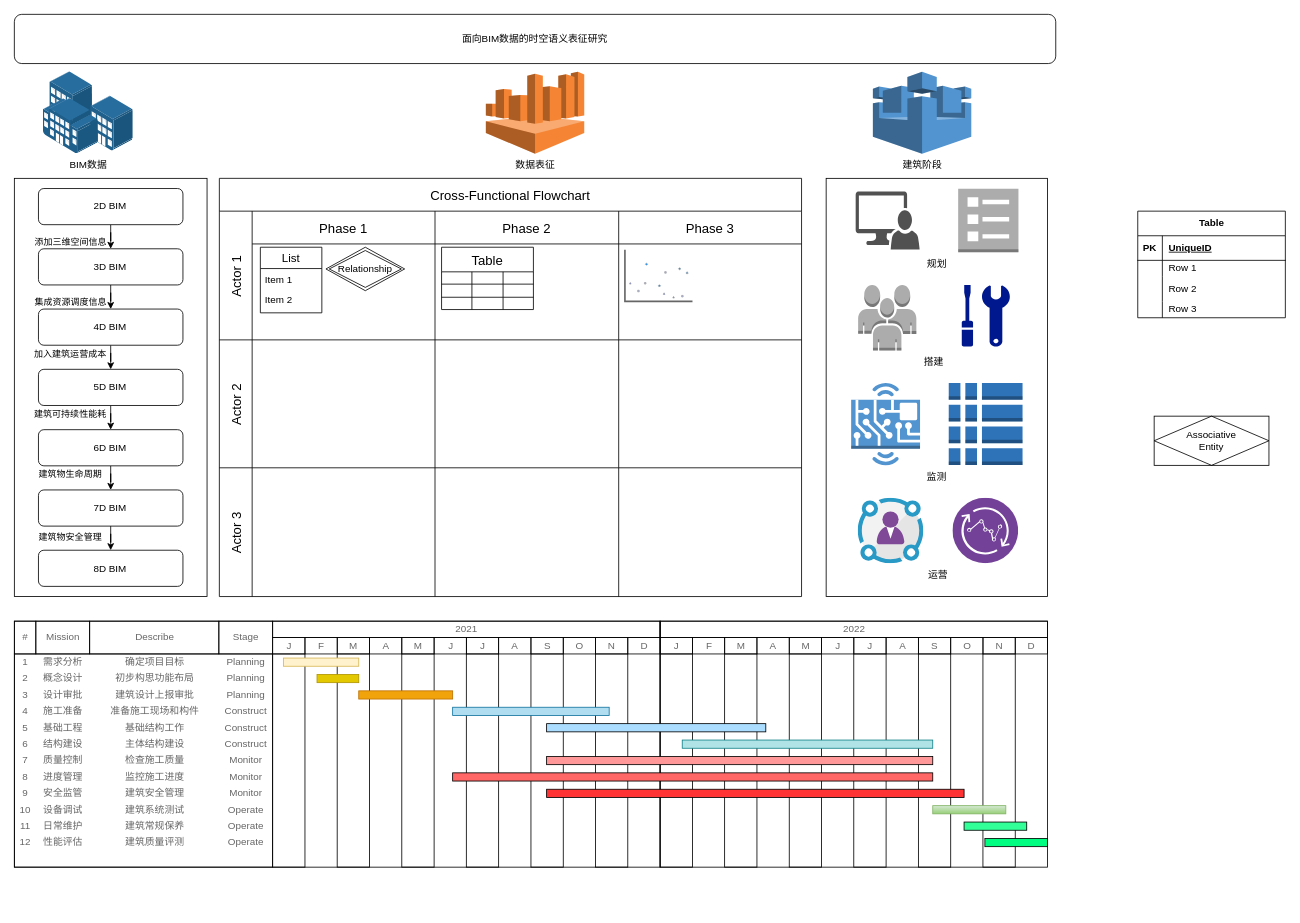
Earlier version of the draw.io diagram 未命名绘图.drawio (Student-WangZhengTao/LLM). Source tidied: cells renumbered, new cells numbered last; positions are measured from the earlier drawing's top-left corner, leaving out a move shared by most shapes. Both pictures are drawn from the tidied source at 82%, with x=0, y=0 at pixel (14, 14).
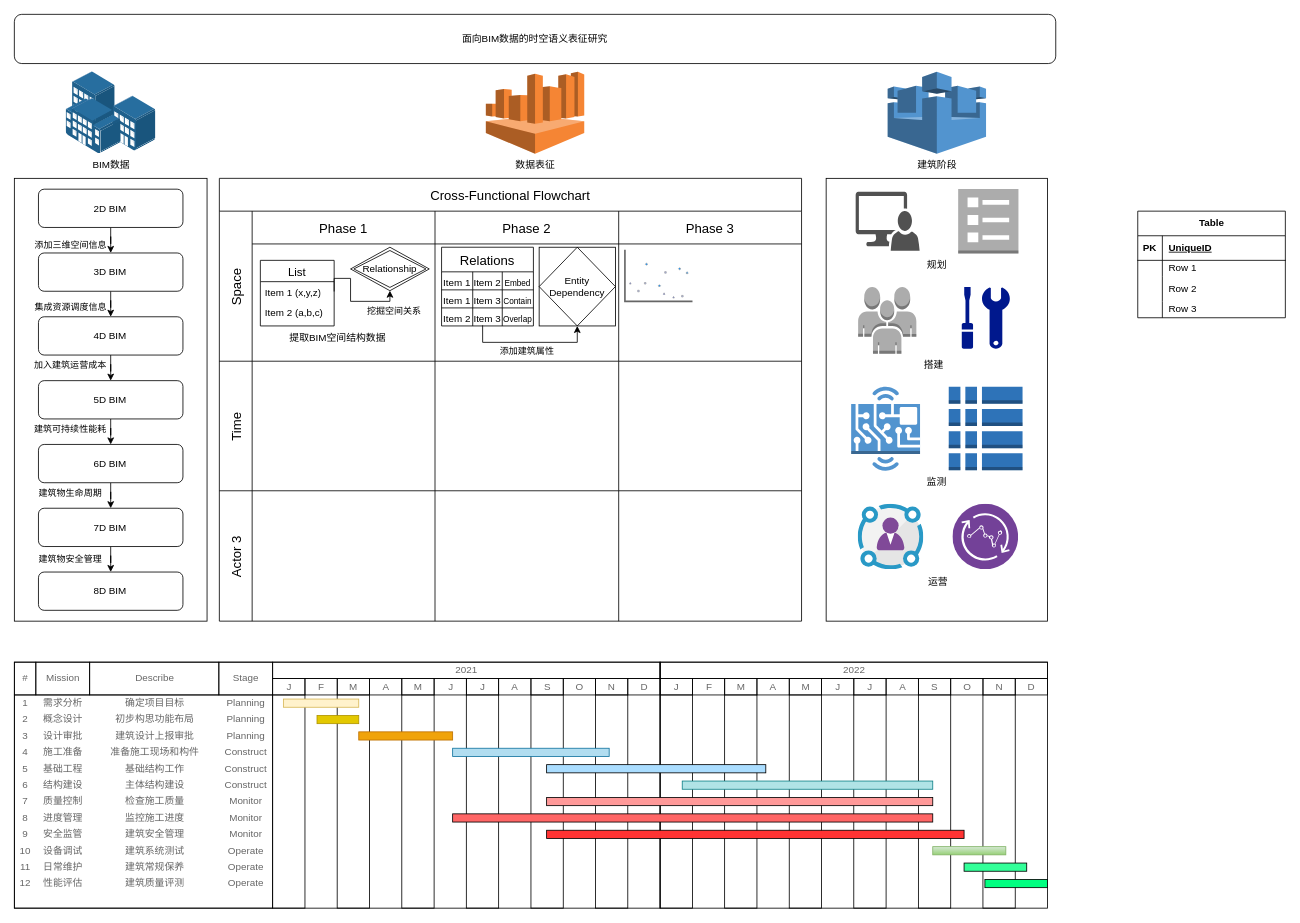
The same page after the edit.

Diff of the diagram source:
```diff
@@
-    <mxCell id="3" style="rounded=0;whiteSpace=wrap;html=1;" parent="1" vertex="1">
-      <mxGeometry x="990" y="200" width="270" height="510" as="geometry" />
-    </mxCell>
-    <mxCell id="4" value="Associative&#10;Entity" style="shape=associativeEntity;whiteSpace=wrap;html=1;align=center;" parent="1" vertex="1">
-      <mxGeometry x="1390" y="490" width="140" height="60" as="geometry" />
-    </mxCell>
@@
     <mxCell id="18" value="BIM数据" style="image;html=1;align=center;shadow=0;dashed=0;image=img/lib/allied_telesis/buildings/Building_Cluster.svg;" parent="1" vertex="1">
-      <mxGeometry x="30" y="70" width="120" height="100" as="geometry" />
+      <mxGeometry x="57.5" y="70" width="120" height="100" as="geometry" />
     </mxCell>
@@
     <mxCell id="20" value="建筑阶段" style="dashed=0;verticalLabelPosition=bottom;verticalAlign=top;align=center;html=1;shape=mxgraph.aws3.aws_iot;fillColor=#5294CF;gradientColor=none;" parent="1" vertex="1">
-      <mxGeometry x="1047" y="70" width="120" height="100" as="geometry" />
+      <mxGeometry x="1065" y="70" width="120" height="100" as="geometry" />
     </mxCell>
     <mxCell id="21" value="Cross-Functional Flowchart" style="shape=table;childLayout=tableLayout;startSize=40;fontSize=16;" parent="1" vertex="1">
-      <mxGeometry x="250" y="200" width="710" height="510" as="geometry" />
+      <mxGeometry x="250" y="200" width="710" height="540" as="geometry" />
     </mxCell>
-    <mxCell id="22" value="Actor 1" style="shape=tableRow;horizontal=0;swimlaneHead=0;swimlaneBody=0;top=0;left=0;strokeColor=inherit;bottom=0;right=0;fontStyle=0;fillColor=none;startSize=40;fontSize=16;" parent="21" vertex="1">
-      <mxGeometry y="40" width="710" height="157" as="geometry" />
+    <mxCell id="22" value="Space" style="shape=tableRow;horizontal=0;swimlaneHead=0;swimlaneBody=0;top=0;left=0;strokeColor=inherit;bottom=0;right=0;fontStyle=0;fillColor=none;startSize=40;fontSize=16;" parent="21" vertex="1">
+      <mxGeometry y="40" width="710" height="183" as="geometry" />
     </mxCell>
     <mxCell id="23" value="Phase 1" style="swimlane;swimlaneHead=0;swimlaneBody=0;fontStyle=0;strokeColor=inherit;fillColor=none;startSize=40;fontSize=16;" parent="22" vertex="1">
-      <mxGeometry x="40" width="223" height="157" as="geometry" />
+      <mxGeometry x="40" width="223" height="183" as="geometry" />
     </mxCell>
     <mxCell id="24" value="List" style="swimlane;fontStyle=0;horizontal=1;startSize=26;align=center;fontSize=14;" parent="23" vertex="1">
-      <mxGeometry x="10" y="44" width="75" height="80" as="geometry" />
+      <mxGeometry x="10" y="60" width="90" height="80" as="geometry" />
     </mxCell>
-    <mxCell id="25" value="Item 1" style="text;strokeColor=none;fillColor=none;spacingLeft=4;spacingRight=4;overflow=hidden;points=[[0,0.5],[1,0.5]];portConstraint=eastwest;fontSize=12;whiteSpace=wrap;html=1;" parent="24" vertex="1">
-      <mxGeometry y="26" width="75" height="24" as="geometry" />
+    <mxCell id="25" value="Item 1 (x,y,z)" style="text;strokeColor=none;fillColor=none;spacingLeft=4;spacingRight=4;overflow=hidden;points=[[0,0.5],[1,0.5]];portConstraint=eastwest;fontSize=12;whiteSpace=wrap;html=1;" parent="24" vertex="1">
+      <mxGeometry y="26" width="90" height="24" as="geometry" />
     </mxCell>
-    <mxCell id="26" value="Item 2" style="text;strokeColor=none;fillColor=none;spacingLeft=4;spacingRight=4;overflow=hidden;fontSize=12;whiteSpace=wrap;html=1;" parent="24" vertex="1">
-      <mxGeometry y="50" width="75" height="30" as="geometry" />
+    <mxCell id="26" value="Item 2 (a,b,c)" style="text;strokeColor=none;fillColor=none;spacingLeft=4;spacingRight=4;overflow=hidden;fontSize=12;whiteSpace=wrap;html=1;" parent="24" vertex="1">
+      <mxGeometry y="50" width="90" height="30" as="geometry" />
     </mxCell>
     <mxCell id="27" value="Relationship" style="shape=rhombus;double=1;perimeter=rhombusPerimeter;whiteSpace=wrap;html=1;align=center;" parent="23" vertex="1">
-      <mxGeometry x="90" y="44" width="96" height="53" as="geometry" />
+      <mxGeometry x="120" y="44" width="96" height="53" as="geometry" />
     </mxCell>
+    <mxCell id="191" style="edgeStyle=orthogonalEdgeStyle;rounded=0;jettySize=auto;html=1;entryX=0.5;entryY=1;entryDx=0;entryDy=0;exitX=1;exitY=0.5;exitDx=0;exitDy=0;" parent="23" edge="1" source="25" target="27">
+      <mxGeometry relative="1" as="geometry">
+        <Array as="points">
+          <mxPoint x="100" y="82" />
+          <mxPoint x="120" y="82" />
+          <mxPoint x="120" y="110" />
+          <mxPoint x="168" y="110" />
+        </Array>
+      </mxGeometry>
+    </mxCell>
+    <mxCell id="192" value="挖掘空间关系" style="edgeLabel;html=1;align=center;verticalAlign=middle;" parent="191" vertex="1">
+      <mxGeometry x="0.22" y="-3" relative="1" as="geometry">
+        <mxPoint x="40" y="8" as="offset" />
+      </mxGeometry>
+    </mxCell>
+    <mxCell id="193" value="提取BIM空间结构数据" style="text;html=1;align=center;verticalAlign=middle;strokeColor=none;fillColor=none;" parent="23" vertex="1">
+      <mxGeometry x="34" y="140" width="140" height="30" as="geometry" />
+    </mxCell>
     <mxCell id="28" value="Phase 2" style="swimlane;swimlaneHead=0;swimlaneBody=0;fontStyle=0;strokeColor=inherit;fillColor=none;startSize=40;fontSize=16;" parent="22" vertex="1">
-      <mxGeometry x="263" width="224" height="157" as="geometry" />
+      <mxGeometry x="263" width="224" height="183" as="geometry" />
     </mxCell>
+    <mxCell id="194" style="edgeStyle=orthogonalEdgeStyle;rounded=0;jettySize=auto;html=1;entryX=0.5;entryY=1;entryDx=0;entryDy=0;exitX=0.447;exitY=0.965;exitDx=0;exitDy=0;exitPerimeter=0;" parent="28" edge="1" source="38" target="4">
+      <mxGeometry relative="1" as="geometry" />
+    </mxCell>
+    <mxCell id="195" value="添加建筑属性" style="edgeLabel;html=1;align=center;verticalAlign=middle;" parent="194" vertex="1">
+      <mxGeometry x="-0.01" y="-1" relative="1" as="geometry">
+        <mxPoint x="-3" y="9" as="offset" />
+      </mxGeometry>
+    </mxCell>
-    <mxCell id="29" value="Table" style="shape=table;startSize=30;childLayout=tableLayout;strokeColor=default;fontSize=16;" parent="28" vertex="1">
-      <mxGeometry x="8" y="44" width="112" height="76" as="geometry" />
+    <mxCell id="29" value="Relations" style="shape=table;startSize=30;childLayout=tableLayout;strokeColor=default;fontSize=16;" parent="28" vertex="1">
+      <mxGeometry x="8" y="44" width="112" height="96" as="geometry" />
     </mxCell>
     <mxCell id="30" style="shape=tableRow;horizontal=0;startSize=0;swimlaneHead=0;swimlaneBody=0;strokeColor=inherit;top=0;left=0;bottom=0;right=0;fillColor=none;fontSize=16;" parent="29" vertex="1">
-      <mxGeometry y="30" width="112" height="15" as="geometry" />
+      <mxGeometry y="30" width="112" height="22" as="geometry" />
     </mxCell>
-    <mxCell id="31" style="shape=partialRectangle;html=1;whiteSpace=wrap;strokeColor=inherit;overflow=hidden;fillColor=none;top=0;left=0;bottom=0;right=0;fontSize=16;" parent="30" vertex="1">
-      <mxGeometry width="37" height="15" as="geometry" />
+    <mxCell id="31" value="&lt;span style=&quot;font-size: 12px; text-align: left;&quot;&gt;Item 1&lt;/span&gt;" style="shape=partialRectangle;html=1;whiteSpace=wrap;strokeColor=inherit;overflow=hidden;fillColor=none;top=0;left=0;bottom=0;right=0;fontSize=16;" parent="30" vertex="1">
+      <mxGeometry width="38" height="22" as="geometry" />
     </mxCell>
-    <mxCell id="32" style="shape=partialRectangle;html=1;whiteSpace=wrap;strokeColor=inherit;overflow=hidden;fillColor=none;top=0;left=0;bottom=0;right=0;fontSize=16;" parent="30" vertex="1">
-      <mxGeometry x="37" width="38" height="15" as="geometry" />
+    <mxCell id="32" value="&lt;span style=&quot;font-size: 12px; text-align: left;&quot;&gt;Item 2&lt;/span&gt;" style="shape=partialRectangle;html=1;whiteSpace=wrap;strokeColor=inherit;overflow=hidden;fillColor=none;top=0;left=0;bottom=0;right=0;fontSize=16;" parent="30" vertex="1">
+      <mxGeometry x="38" width="36" height="22" as="geometry" />
     </mxCell>
-    <mxCell id="33" style="shape=partialRectangle;html=1;whiteSpace=wrap;strokeColor=inherit;overflow=hidden;fillColor=none;top=0;left=0;bottom=0;right=0;fontSize=16;" parent="30" vertex="1">
-      <mxGeometry x="75" width="37" height="15" as="geometry" />
+    <mxCell id="33" value="&lt;font style=&quot;font-size: 10px;&quot;&gt;Embed&lt;/font&gt;" style="shape=partialRectangle;html=1;whiteSpace=wrap;strokeColor=inherit;overflow=hidden;fillColor=none;top=0;left=0;bottom=0;right=0;fontSize=16;" parent="30" vertex="1">
+      <mxGeometry x="74" width="38" height="22" as="geometry" />
     </mxCell>
     <mxCell id="34" style="shape=tableRow;horizontal=0;startSize=0;swimlaneHead=0;swimlaneBody=0;strokeColor=inherit;top=0;left=0;bottom=0;right=0;fillColor=none;fontSize=16;" parent="29" vertex="1">
-      <mxGeometry y="45" width="112" height="16" as="geometry" />
+      <mxGeometry y="52" width="112" height="22" as="geometry" />
     </mxCell>
-    <mxCell id="35" style="shape=partialRectangle;html=1;whiteSpace=wrap;strokeColor=inherit;overflow=hidden;fillColor=none;top=0;left=0;bottom=0;right=0;fontSize=16;" parent="34" vertex="1">
-      <mxGeometry width="37" height="16" as="geometry" />
+    <mxCell id="35" value="&lt;span style=&quot;font-size: 12px; text-align: left;&quot;&gt;Item 1&lt;/span&gt;" style="shape=partialRectangle;html=1;whiteSpace=wrap;strokeColor=inherit;overflow=hidden;fillColor=none;top=0;left=0;bottom=0;right=0;fontSize=16;" parent="34" vertex="1">
+      <mxGeometry width="38" height="22" as="geometry" />
     </mxCell>
-    <mxCell id="36" style="shape=partialRectangle;html=1;whiteSpace=wrap;strokeColor=inherit;overflow=hidden;fillColor=none;top=0;left=0;bottom=0;right=0;fontSize=16;" parent="34" vertex="1">
-      <mxGeometry x="37" width="38" height="16" as="geometry" />
+    <mxCell id="36" value="&lt;span style=&quot;font-size: 12px; text-align: left;&quot;&gt;Item 3&lt;/span&gt;" style="shape=partialRectangle;html=1;whiteSpace=wrap;strokeColor=inherit;overflow=hidden;fillColor=none;top=0;left=0;bottom=0;right=0;fontSize=16;" parent="34" vertex="1">
+      <mxGeometry x="38" width="36" height="22" as="geometry" />
     </mxCell>
-    <mxCell id="37" style="shape=partialRectangle;html=1;whiteSpace=wrap;strokeColor=inherit;overflow=hidden;fillColor=none;top=0;left=0;bottom=0;right=0;fontSize=16;" parent="34" vertex="1">
-      <mxGeometry x="75" width="37" height="16" as="geometry" />
+    <mxCell id="37" value="&lt;font style=&quot;font-size: 10px;&quot;&gt;Contain&lt;/font&gt;" style="shape=partialRectangle;html=1;whiteSpace=wrap;strokeColor=inherit;overflow=hidden;fillColor=none;top=0;left=0;bottom=0;right=0;fontSize=16;" parent="34" vertex="1">
+      <mxGeometry x="74" width="38" height="22" as="geometry" />
     </mxCell>
     <mxCell id="38" style="shape=tableRow;horizontal=0;startSize=0;swimlaneHead=0;swimlaneBody=0;strokeColor=inherit;top=0;left=0;bottom=0;right=0;fillColor=none;points=[[0,0.5],[1,0.5]];portConstraint=eastwest;fontSize=16;" parent="29" vertex="1">
-      <mxGeometry y="61" width="112" height="15" as="geometry" />
+      <mxGeometry y="74" width="112" height="22" as="geometry" />
     </mxCell>
-    <mxCell id="39" style="shape=partialRectangle;html=1;whiteSpace=wrap;strokeColor=inherit;overflow=hidden;fillColor=none;top=0;left=0;bottom=0;right=0;fontSize=16;" parent="38" vertex="1">
-      <mxGeometry width="37" height="15" as="geometry" />
+    <mxCell id="39" value="&lt;span style=&quot;font-size: 12px; text-align: left;&quot;&gt;Item 2&lt;/span&gt;" style="shape=partialRectangle;html=1;whiteSpace=wrap;strokeColor=inherit;overflow=hidden;fillColor=none;top=0;left=0;bottom=0;right=0;fontSize=16;" parent="38" vertex="1">
+      <mxGeometry width="38" height="22" as="geometry" />
     </mxCell>
-    <mxCell id="40" style="shape=partialRectangle;html=1;whiteSpace=wrap;strokeColor=inherit;overflow=hidden;fillColor=none;top=0;left=0;bottom=0;right=0;fontSize=16;" parent="38" vertex="1">
-      <mxGeometry x="37" width="38" height="15" as="geometry" />
+    <mxCell id="40" value="&lt;span style=&quot;font-size: 12px; text-align: left;&quot;&gt;Item 3&lt;/span&gt;" style="shape=partialRectangle;html=1;whiteSpace=wrap;strokeColor=inherit;overflow=hidden;fillColor=none;top=0;left=0;bottom=0;right=0;fontSize=16;" parent="38" vertex="1">
+      <mxGeometry x="38" width="36" height="22" as="geometry" />
     </mxCell>
-    <mxCell id="41" style="shape=partialRectangle;html=1;whiteSpace=wrap;strokeColor=inherit;overflow=hidden;fillColor=none;top=0;left=0;bottom=0;right=0;fontSize=16;" parent="38" vertex="1">
-      <mxGeometry x="75" width="37" height="15" as="geometry" />
+    <mxCell id="41" value="&lt;font style=&quot;font-size: 10px;&quot;&gt;Overlap&lt;/font&gt;" style="shape=partialRectangle;html=1;whiteSpace=wrap;strokeColor=inherit;overflow=hidden;fillColor=none;top=0;left=0;bottom=0;right=0;fontSize=16;" parent="38" vertex="1">
+      <mxGeometry x="74" width="38" height="22" as="geometry" />
     </mxCell>
+    <mxCell id="4" value="Entity Dependency" style="shape=associativeEntity;whiteSpace=wrap;html=1;align=center;" parent="28" vertex="1">
+      <mxGeometry x="127" y="44" width="93" height="96" as="geometry" />
+    </mxCell>
     <mxCell id="42" value="Phase 3" style="swimlane;swimlaneHead=0;swimlaneBody=0;fontStyle=0;strokeColor=inherit;fillColor=none;startSize=40;fontSize=16;" parent="22" vertex="1">
-      <mxGeometry x="487" width="223" height="157" as="geometry" />
+      <mxGeometry x="487" width="223" height="183" as="geometry" />
     </mxCell>
@@
-    <mxCell id="44" value="Actor 2" style="shape=tableRow;horizontal=0;swimlaneHead=0;swimlaneBody=0;top=0;left=0;strokeColor=inherit;bottom=0;right=0;fontStyle=0;fillColor=none;startSize=40;fontSize=16;" parent="21" vertex="1">
-      <mxGeometry y="197" width="710" height="156" as="geometry" />
+    <mxCell id="44" value="Time" style="shape=tableRow;horizontal=0;swimlaneHead=0;swimlaneBody=0;top=0;left=0;strokeColor=inherit;bottom=0;right=0;fontStyle=0;fillColor=none;startSize=40;fontSize=16;" parent="21" vertex="1">
+      <mxGeometry y="223" width="710" height="158" as="geometry" />
     </mxCell>
     <mxCell id="45" style="swimlane;swimlaneHead=0;swimlaneBody=0;fontStyle=0;strokeColor=inherit;fillColor=none;startSize=0;fontSize=16;" parent="44" vertex="1">
-      <mxGeometry x="40" width="223" height="156" as="geometry" />
+      <mxGeometry x="40" width="223" height="158" as="geometry" />
     </mxCell>
     <mxCell id="46" style="swimlane;swimlaneHead=0;swimlaneBody=0;fontStyle=0;strokeColor=inherit;fillColor=none;startSize=0;fontSize=16;" parent="44" vertex="1">
-      <mxGeometry x="263" width="224" height="156" as="geometry" />
+      <mxGeometry x="263" width="224" height="158" as="geometry" />
     </mxCell>
     <mxCell id="47" style="swimlane;swimlaneHead=0;swimlaneBody=0;fontStyle=0;strokeColor=inherit;fillColor=none;startSize=0;fontSize=16;" parent="44" vertex="1">
-      <mxGeometry x="487" width="223" height="156" as="geometry" />
+      <mxGeometry x="487" width="223" height="158" as="geometry" />
     </mxCell>
     <mxCell id="48" value="Actor 3" style="shape=tableRow;horizontal=0;swimlaneHead=0;swimlaneBody=0;top=0;left=0;strokeColor=inherit;bottom=0;right=0;fontStyle=0;fillColor=none;startSize=40;fontSize=16;" parent="21" vertex="1">
-      <mxGeometry y="353" width="710" height="157" as="geometry" />
+      <mxGeometry y="381" width="710" height="159" as="geometry" />
     </mxCell>
     <mxCell id="49" style="swimlane;swimlaneHead=0;swimlaneBody=0;fontStyle=0;strokeColor=inherit;fillColor=none;startSize=0;fontSize=16;" parent="48" vertex="1">
-      <mxGeometry x="40" width="223" height="157" as="geometry" />
+      <mxGeometry x="40" width="223" height="159" as="geometry" />
     </mxCell>
     <mxCell id="50" style="swimlane;swimlaneHead=0;swimlaneBody=0;fontStyle=0;strokeColor=inherit;fillColor=none;startSize=0;fontSize=16;" parent="48" vertex="1">
-      <mxGeometry x="263" width="224" height="157" as="geometry" />
+      <mxGeometry x="263" width="224" height="159" as="geometry" />
     </mxCell>
     <mxCell id="51" style="swimlane;swimlaneHead=0;swimlaneBody=0;fontStyle=0;strokeColor=inherit;fillColor=none;startSize=0;fontSize=16;" parent="48" vertex="1">
-      <mxGeometry x="487" width="223" height="157" as="geometry" />
+      <mxGeometry x="487" width="223" height="159" as="geometry" />
     </mxCell>
     <mxCell id="52" style="group;" parent="1" vertex="1">
-      <mxGeometry y="740" width="1260" height="300" as="geometry" />
+      <mxGeometry y="790" width="1260" height="300" as="geometry" />
     </mxCell>
@@
     <mxCell id="158" style="group;" parent="1" vertex="1">
-      <mxGeometry y="200" width="235" height="510" as="geometry" />
+      <mxGeometry y="200" width="235" height="540" as="geometry" />
     </mxCell>
     <mxCell id="159" style="rounded=0;whiteSpace=wrap;html=1;" parent="158" vertex="1">
-      <mxGeometry width="235" height="510" as="geometry" />
+      <mxGeometry width="235" height="540" as="geometry" />
     </mxCell>
@@
     <mxCell id="162" value="2D BIM" style="rounded=1;whiteSpace=wrap;html=1;" parent="158" vertex="1">
-      <mxGeometry x="29.4" y="12.4" width="176.2" height="44.1" as="geometry" />
+      <mxGeometry x="29.4" y="13.2" width="176.2" height="46.7" as="geometry" />
     </mxCell>
@@
     <mxCell id="165" value="3D BIM" style="rounded=1;whiteSpace=wrap;html=1;" parent="158" vertex="1">
-      <mxGeometry x="29.4" y="85.9" width="176.2" height="44.1" as="geometry" />
+      <mxGeometry x="29.4" y="91" width="176.2" height="46.7" as="geometry" />
     </mxCell>
@@
     <mxCell id="168" value="4D BIM" style="rounded=1;whiteSpace=wrap;html=1;" parent="158" vertex="1">
-      <mxGeometry x="29.4" y="159.4" width="176.2" height="44.1" as="geometry" />
+      <mxGeometry x="29.4" y="168.8" width="176.2" height="46.7" as="geometry" />
     </mxCell>
@@
     <mxCell id="171" value="5D BIM" style="rounded=1;whiteSpace=wrap;html=1;" parent="158" vertex="1">
-      <mxGeometry x="29.4" y="232.9" width="176.2" height="44.1" as="geometry" />
+      <mxGeometry x="29.4" y="246.7" width="176.2" height="46.7" as="geometry" />
     </mxCell>
@@
     <mxCell id="174" value="6D BIM" style="rounded=1;whiteSpace=wrap;html=1;" parent="158" vertex="1">
-      <mxGeometry x="29.4" y="306.5" width="176.2" height="44.1" as="geometry" />
+      <mxGeometry x="29.4" y="324.5" width="176.2" height="46.7" as="geometry" />
     </mxCell>
@@
     <mxCell id="177" value="7D BIM" style="rounded=1;whiteSpace=wrap;html=1;" parent="158" vertex="1">
-      <mxGeometry x="29.4" y="380" width="176.2" height="44.1" as="geometry" />
+      <mxGeometry x="29.4" y="402.3" width="176.2" height="46.7" as="geometry" />
     </mxCell>
     <mxCell id="178" value="8D BIM" style="rounded=1;whiteSpace=wrap;html=1;" parent="158" vertex="1">
-      <mxGeometry x="29.4" y="453.5" width="176.2" height="44.1" as="geometry" />
+      <mxGeometry x="29.4" y="480.1" width="176.2" height="46.7" as="geometry" />
     </mxCell>
+    <mxCell id="196" style="group;" parent="1" vertex="1">
+      <mxGeometry x="990" y="200" width="270" height="540" as="geometry" />
+    </mxCell>
+    <mxCell id="3" style="rounded=0;whiteSpace=wrap;html=1;" parent="196" vertex="1">
+      <mxGeometry width="270" height="540" as="geometry" />
+    </mxCell>
-    <mxCell id="179" value="规划" style="group;labelPosition=center;verticalLabelPosition=bottom;align=center;verticalAlign=top;" parent="1" vertex="1">
-      <mxGeometry x="1026" y="212.8" width="198.5" height="77.2" as="geometry" />
+    <mxCell id="179" value="规划" style="group;labelPosition=center;verticalLabelPosition=bottom;align=center;verticalAlign=top;" parent="196" vertex="1">
+      <mxGeometry x="36" y="13" width="198.5" height="78.7" as="geometry" />
     </mxCell>
     <mxCell id="180" style="dashed=0;verticalLabelPosition=bottom;verticalAlign=top;align=center;html=1;shape=mxgraph.aws3.requester;fillColor=#ACACAC;gradientColor=none;" parent="179" vertex="1">
-      <mxGeometry x="125" width="73.5" height="77.2" as="geometry" />
+      <mxGeometry x="125" width="73.5" height="78.7" as="geometry" />
     </mxCell>
     <mxCell id="181" style="sketch=0;shadow=0;dashed=0;html=1;strokeColor=none;labelPosition=center;verticalLabelPosition=bottom;verticalAlign=top;align=center;fillColor=#515151;shape=mxgraph.mscae.system_center.admin_console;" parent="179" vertex="1">
-      <mxGeometry y="3.3" width="78" height="70.7" as="geometry" />
+      <mxGeometry y="3.4" width="78" height="72" as="geometry" />
     </mxCell>
-    <mxCell id="182" value="搭建" style="group;labelPosition=center;verticalLabelPosition=bottom;align=center;verticalAlign=top;" parent="1" vertex="1">
-      <mxGeometry x="1029" y="330" width="185.1" height="80" as="geometry" />
+    <mxCell id="182" value="搭建" style="group;labelPosition=center;verticalLabelPosition=bottom;align=center;verticalAlign=top;" parent="196" vertex="1">
+      <mxGeometry x="39" y="132.5" width="185.1" height="81.5" as="geometry" />
     </mxCell>
     <mxCell id="183" style="dashed=0;verticalLabelPosition=bottom;verticalAlign=top;align=center;html=1;shape=mxgraph.aws3.users;fillColor=#ACACAC;gradientColor=none;" parent="182" vertex="1">
-      <mxGeometry width="71" height="80" as="geometry" />
+      <mxGeometry width="71" height="81.5" as="geometry" />
     </mxCell>
@@
-    <mxCell id="185" value="监测" style="group;labelPosition=center;verticalLabelPosition=bottom;align=center;verticalAlign=top;" parent="1" vertex="1">
-      <mxGeometry x="1020.5" y="449.5" width="209" height="100.5" as="geometry" />
+    <mxCell id="185" value="监测" style="group;labelPosition=center;verticalLabelPosition=bottom;align=center;verticalAlign=top;" parent="196" vertex="1">
+      <mxGeometry x="30.5" y="254.2" width="209" height="102.4" as="geometry" />
     </mxCell>
     <mxCell id="186" style="dashed=0;verticalLabelPosition=bottom;verticalAlign=top;align=center;html=1;shape=mxgraph.aws3.global_secondary_index;fillColor=#2E73B8;gradientColor=none;" parent="185" vertex="1">
-      <mxGeometry x="119" width="90" height="100" as="geometry" />
+      <mxGeometry x="119" width="90" height="101.9" as="geometry" />
     </mxCell>
     <mxCell id="187" style="dashed=0;verticalLabelPosition=bottom;verticalAlign=top;align=center;html=1;shape=mxgraph.aws3.hardware_board;fillColor=#5294CF;gradientColor=none;" parent="185" vertex="1">
-      <mxGeometry width="84" height="100.5" as="geometry" />
+      <mxGeometry width="84" height="102.4" as="geometry" />
     </mxCell>
-    <mxCell id="188" value="运营" style="group;labelPosition=center;verticalLabelPosition=bottom;align=center;verticalAlign=top;" parent="1" vertex="1">
-      <mxGeometry x="1029" y="590" width="195.5" height="80" as="geometry" />
+    <mxCell id="188" value="运营" style="group;labelPosition=center;verticalLabelPosition=bottom;align=center;verticalAlign=top;" parent="196" vertex="1">
+      <mxGeometry x="39" y="397.4" width="195.5" height="81.5" as="geometry" />
     </mxCell>
```
